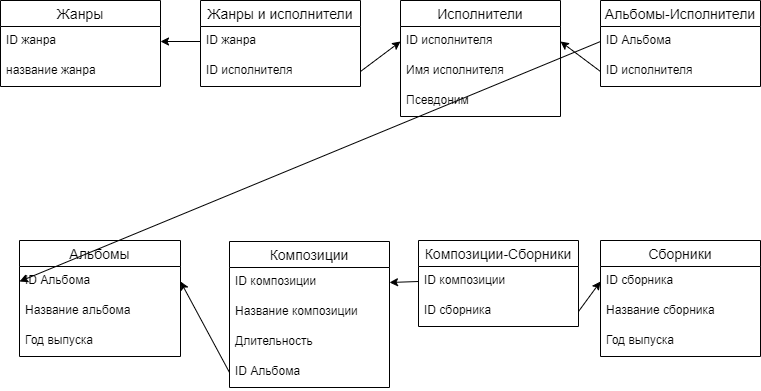
Earlier version of the draw.io export BD_1.png (subids/BD_1). Source tidied: cells renumbered, new cells last; positions are measured from the earlier drawing's top-left corner, leaving out a move shared by most shapes.
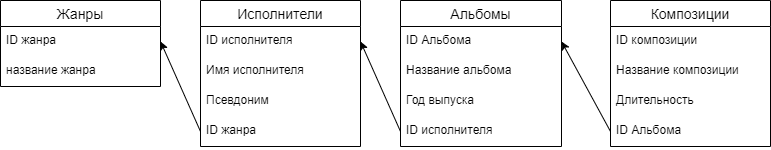
The same file after the commit.

Diff of the diagram source:
```diff
@@ -3,7 +3,7 @@
     <mxCell id="0" />
     <mxCell id="1" parent="0" />
     <mxCell id="2" value="Жанры" style="swimlane;fontStyle=0;horizontal=1;startSize=26;align=center;fontSize=14;" parent="1" vertex="1">
-      <mxGeometry width="160" height="86" as="geometry" />
+      <mxGeometry y="-120" width="160" height="86" as="geometry" />
     </mxCell>
     <mxCell id="3" value="ID жанра" style="text;strokeColor=none;fillColor=none;spacingLeft=4;spacingRight=4;overflow=hidden;points=[[0,0.5],[1,0.5]];portConstraint=eastwest;fontSize=12;" parent="2" vertex="1">
       <mxGeometry y="26" width="160" height="30" as="geometry" />
@@ -11,17 +11,8 @@
     <mxCell id="4" value="название жанра" style="text;strokeColor=none;fillColor=none;spacingLeft=4;spacingRight=4;overflow=hidden;fontSize=12;" parent="2" vertex="1">
       <mxGeometry y="56" width="160" height="30" as="geometry" />
     </mxCell>
-    <mxCell id="5" value="Жанры и исполнители" style="swimlane;fontStyle=0;horizontal=1;startSize=26;align=center;fontSize=14;" parent="1" vertex="1">
-      <mxGeometry x="200" width="160" height="86" as="geometry" />
-    </mxCell>
-    <mxCell id="6" value="ID жанра" style="text;strokeColor=none;fillColor=none;spacingLeft=4;spacingRight=4;overflow=hidden;points=[[0,0.5],[1,0.5]];portConstraint=eastwest;fontSize=12;" parent="5" vertex="1">
-      <mxGeometry y="26" width="160" height="30" as="geometry" />
-    </mxCell>
-    <mxCell id="7" value="ID исполнителя" style="text;strokeColor=none;fillColor=none;spacingLeft=4;spacingRight=4;overflow=hidden;points=[[0,0.5],[1,0.5]];portConstraint=eastwest;fontSize=12;" parent="5" vertex="1">
-      <mxGeometry y="56" width="160" height="30" as="geometry" />
-    </mxCell>
     <mxCell id="8" value="Исполнители" style="swimlane;fontStyle=0;horizontal=1;startSize=26;align=center;fontSize=14;" parent="1" vertex="1">
-      <mxGeometry x="400" width="160" height="116" as="geometry" />
+      <mxGeometry x="200" y="-120" width="160" height="146" as="geometry" />
     </mxCell>
     <mxCell id="9" value="ID исполнителя" style="text;strokeColor=none;fillColor=none;spacingLeft=4;spacingRight=4;overflow=hidden;points=[[0,0.5],[1,0.5]];portConstraint=eastwest;fontSize=12;" parent="8" vertex="1">
       <mxGeometry y="26" width="160" height="30" as="geometry" />
@@ -32,17 +23,11 @@
     <mxCell id="11" value="Псевдоним" style="text;strokeColor=none;fillColor=none;spacingLeft=4;spacingRight=4;overflow=hidden;fontSize=12;" parent="8" vertex="1">
       <mxGeometry y="86" width="160" height="30" as="geometry" />
     </mxCell>
-    <mxCell id="12" value="Альбомы-Исполнители" style="swimlane;fontStyle=0;horizontal=1;startSize=26;align=center;fontSize=14;" parent="1" vertex="1">
-      <mxGeometry x="600" width="160" height="86" as="geometry" />
-    </mxCell>
-    <mxCell id="13" value="ID Альбома" style="text;strokeColor=none;fillColor=none;spacingLeft=4;spacingRight=4;overflow=hidden;points=[[0,0.5],[1,0.5]];portConstraint=eastwest;fontSize=12;" parent="12" vertex="1">
-      <mxGeometry y="26" width="160" height="30" as="geometry" />
-    </mxCell>
-    <mxCell id="14" value="ID исполнителя" style="text;strokeColor=none;fillColor=none;spacingLeft=4;spacingRight=4;overflow=hidden;points=[[0,0.5],[1,0.5]];portConstraint=eastwest;fontSize=12;" parent="12" vertex="1">
-      <mxGeometry y="56" width="160" height="30" as="geometry" />
-    </mxCell>
+    <mxCell id="6" value="ID жанра" style="text;strokeColor=none;fillColor=none;spacingLeft=4;spacingRight=4;overflow=hidden;points=[[0,0.5],[1,0.5]];portConstraint=eastwest;fontSize=12;" parent="8" vertex="1">
+      <mxGeometry y="116" width="160" height="30" as="geometry" />
+    </mxCell>
     <mxCell id="15" value="Альбомы" style="swimlane;fontStyle=0;horizontal=1;startSize=26;align=center;fontSize=14;" parent="1" vertex="1">
-      <mxGeometry x="19" y="240" width="161" height="116" as="geometry" />
+      <mxGeometry x="400" y="-120" width="161" height="146" as="geometry" />
     </mxCell>
     <mxCell id="16" value="ID Альбома" style="text;strokeColor=none;fillColor=none;spacingLeft=4;spacingRight=4;overflow=hidden;points=[[0,0.5],[1,0.5]];portConstraint=eastwest;fontSize=12;" parent="15" vertex="1">
       <mxGeometry y="26" width="161" height="30" as="geometry" />
@@ -53,8 +38,11 @@
     <mxCell id="18" value="Год выпуска" style="text;strokeColor=none;fillColor=none;spacingLeft=4;spacingRight=4;overflow=hidden;fontSize=12;" parent="15" vertex="1">
       <mxGeometry y="86" width="161" height="30" as="geometry" />
     </mxCell>
+    <mxCell id="38" value="ID исполнителя" style="text;strokeColor=none;fillColor=none;spacingLeft=4;spacingRight=4;overflow=hidden;points=[[0,0.5],[1,0.5]];portConstraint=eastwest;fontSize=12;" parent="15" vertex="1">
+      <mxGeometry y="116" width="161" height="30" as="geometry" />
+    </mxCell>
     <mxCell id="19" value="Композиции" style="swimlane;fontStyle=0;horizontal=1;startSize=26;align=center;fontSize=14;" parent="1" vertex="1">
-      <mxGeometry x="229" y="241" width="160" height="146" as="geometry" />
+      <mxGeometry x="610" y="-120" width="160" height="146" as="geometry" />
     </mxCell>
     <mxCell id="20" value="ID композиции" style="text;strokeColor=none;fillColor=none;spacingLeft=4;spacingRight=4;overflow=hidden;points=[[0,0.5],[1,0.5]];portConstraint=eastwest;fontSize=12;" parent="19" vertex="1">
       <mxGeometry y="26" width="160" height="30" as="geometry" />
@@ -68,47 +56,14 @@
     <mxCell id="23" value="ID Альбома" style="text;strokeColor=none;fillColor=none;spacingLeft=4;spacingRight=4;overflow=hidden;points=[[0,0.5],[1,0.5]];portConstraint=eastwest;fontSize=12;" parent="19" vertex="1">
       <mxGeometry y="116" width="160" height="30" as="geometry" />
     </mxCell>
-    <mxCell id="24" value="Композиции-Сборники" style="swimlane;fontStyle=0;horizontal=1;startSize=26;align=center;fontSize=14;" parent="1" vertex="1">
-      <mxGeometry x="418" y="240" width="160" height="86" as="geometry" />
-    </mxCell>
-    <mxCell id="25" value="ID композиции" style="text;strokeColor=none;fillColor=none;spacingLeft=4;spacingRight=4;overflow=hidden;points=[[0,0.5],[1,0.5]];portConstraint=eastwest;fontSize=12;" parent="24" vertex="1">
-      <mxGeometry y="26" width="160" height="30" as="geometry" />
-    </mxCell>
-    <mxCell id="26" value="ID сборника" style="text;strokeColor=none;fillColor=none;spacingLeft=4;spacingRight=4;overflow=hidden;points=[[0,0.5],[1,0.5]];portConstraint=eastwest;fontSize=12;" parent="24" vertex="1">
-      <mxGeometry y="56" width="160" height="30" as="geometry" />
-    </mxCell>
-    <mxCell id="27" value="Сборники" style="swimlane;fontStyle=0;horizontal=1;startSize=26;align=center;fontSize=14;" parent="1" vertex="1">
-      <mxGeometry x="600" y="240" width="160" height="116" as="geometry" />
-    </mxCell>
-    <mxCell id="28" value="ID сборника" style="text;strokeColor=none;fillColor=none;spacingLeft=4;spacingRight=4;overflow=hidden;points=[[0,0.5],[1,0.5]];portConstraint=eastwest;fontSize=12;" parent="27" vertex="1">
-      <mxGeometry y="26" width="160" height="30" as="geometry" />
-    </mxCell>
-    <mxCell id="29" value="Название сборника" style="text;strokeColor=none;fillColor=none;spacingLeft=4;spacingRight=4;overflow=hidden;fontSize=12;" parent="27" vertex="1">
-      <mxGeometry y="56" width="160" height="30" as="geometry" />
-    </mxCell>
-    <mxCell id="30" value="Год выпуска" style="text;strokeColor=none;fillColor=none;spacingLeft=4;spacingRight=4;overflow=hidden;fontSize=12;" parent="27" vertex="1">
-      <mxGeometry y="86" width="160" height="30" as="geometry" />
-    </mxCell>
-    <mxCell id="31" style="endArrow=classic;html=1;rounded=0;entryX=1;entryY=0.5;entryDx=0;entryDy=0;" parent="1" edge="1" source="6" target="3">
+    <mxCell id="31" style="endArrow=classic;html=1;rounded=0;entryX=1;entryY=0.5;entryDx=0;entryDy=0;exitX=0;exitY=0.5;exitDx=0;exitDy=0;" parent="1" edge="1" source="6" target="3">
       <mxGeometry relative="1" as="geometry" />
     </mxCell>
-    <mxCell id="32" style="endArrow=classic;html=1;rounded=0;exitX=1;exitY=0.5;exitDx=0;exitDy=0;entryX=0;entryY=0.5;entryDx=0;entryDy=0;" parent="1" edge="1" source="7" target="9">
-      <mxGeometry relative="1" as="geometry" />
-    </mxCell>
-    <mxCell id="33" style="endArrow=classic;html=1;rounded=0;exitX=0;exitY=0.5;exitDx=0;exitDy=0;entryX=1;entryY=0.5;entryDx=0;entryDy=0;" parent="1" edge="1" source="14" target="9">
+    <mxCell id="33" style="endArrow=classic;html=1;rounded=0;exitX=0;exitY=0.5;exitDx=0;exitDy=0;entryX=1;entryY=0.5;entryDx=0;entryDy=0;" parent="1" edge="1" source="38" target="9">
       <mxGeometry relative="1" as="geometry" />
     </mxCell>
-    <mxCell id="34" style="endArrow=classic;html=1;rounded=0;exitX=0;exitY=0.5;exitDx=0;exitDy=0;entryX=0;entryY=0.5;entryDx=0;entryDy=0;" parent="1" edge="1" source="13" target="16">
-      <mxGeometry relative="1" as="geometry" />
-    </mxCell>
-    <mxCell id="35" style="endArrow=classic;html=1;rounded=0;exitX=0;exitY=0.5;exitDx=0;exitDy=0;entryX=1;entryY=0.5;entryDx=0;entryDy=0;" parent="1" edge="1" source="23" target="16">
-      <mxGeometry relative="1" as="geometry" />
-    </mxCell>
-    <mxCell id="36" style="endArrow=classic;html=1;rounded=0;exitX=0;exitY=0.5;exitDx=0;exitDy=0;entryX=1;entryY=0.5;entryDx=0;entryDy=0;" parent="1" edge="1" source="25" target="20">
+    <mxCell id="36" style="endArrow=classic;html=1;rounded=0;exitX=0;exitY=0.5;exitDx=0;exitDy=0;entryX=1;entryY=0.5;entryDx=0;entryDy=0;" parent="1" edge="1" source="23" target="16">
       <mxGeometry relative="1" as="geometry" />
     </mxCell>
-    <mxCell id="37" style="endArrow=classic;html=1;rounded=0;exitX=1;exitY=0.5;exitDx=0;exitDy=0;entryX=0;entryY=0.5;entryDx=0;entryDy=0;" parent="1" edge="1" source="26" target="28">
-      <mxGeometry relative="1" as="geometry" />
-    </mxCell>
   </root>
 </mxGraphModel>
```
